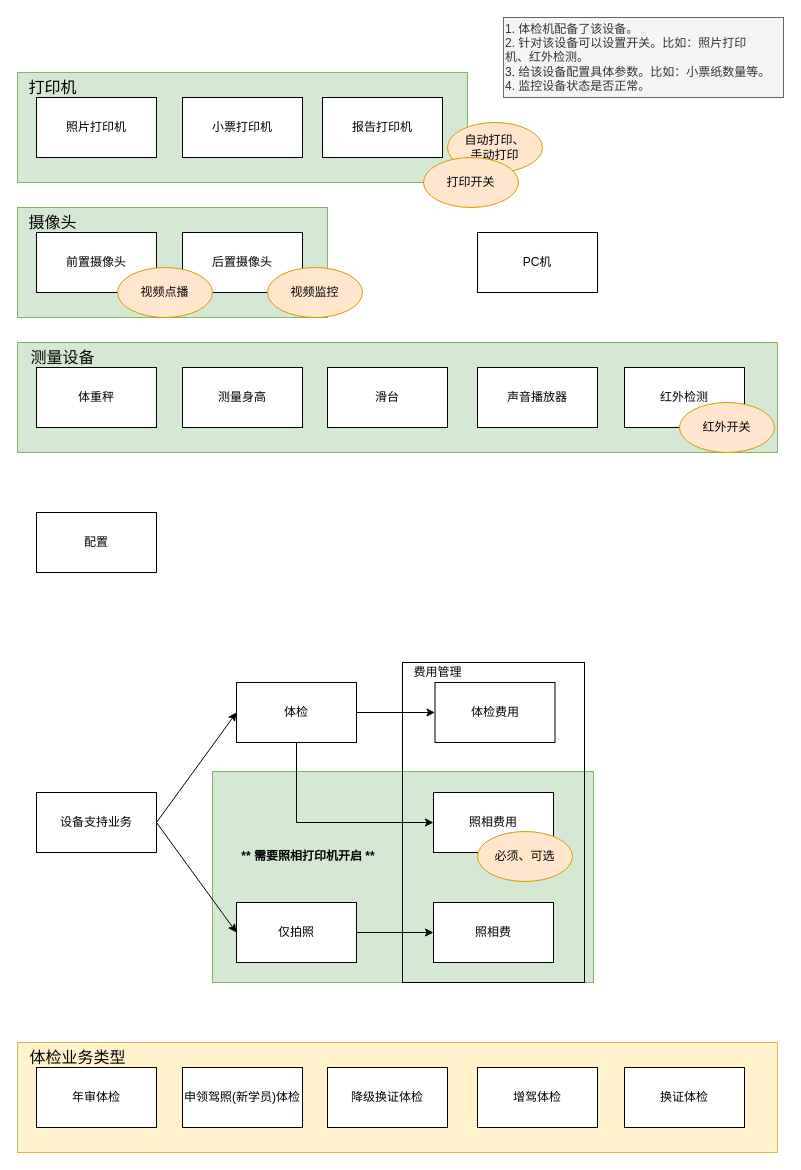
Before: page "设备数据模型" (4 of 5) of V3.0.0.drawio in FifteenLab/test, a draw.io diagram. Source tidied: cells renumbered, new cells numbered last; positions are measured from the earlier drawing's top-left corner, leaving out a move shared by most shapes. Both pictures are drawn from the tidied source at 100%, with x=0, y=0 at pixel (17, 17).
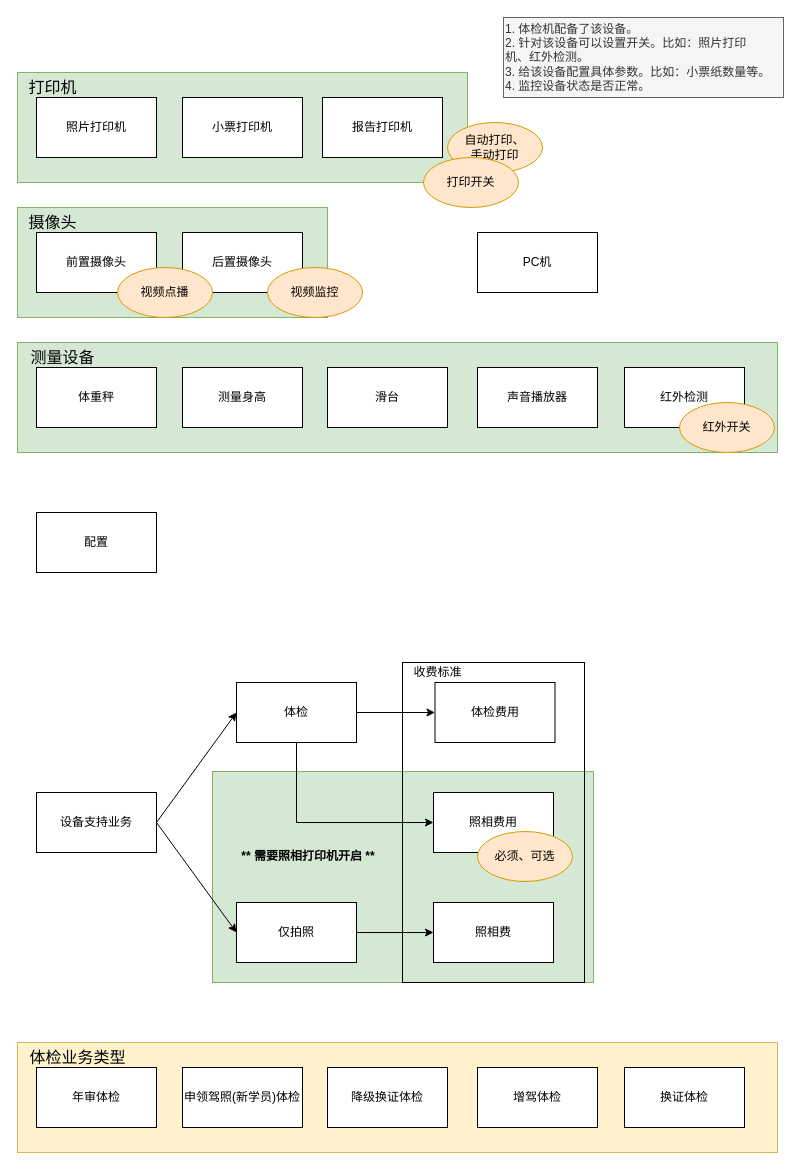
After the change.

Change to the diagram source:
```diff
@@
-    <mxCell id="48" value="费用管理" style="text;html=1;align=center;verticalAlign=middle;" parent="1" vertex="1">
+    <mxCell id="48" value="收费标准" style="text;html=1;align=center;verticalAlign=middle;" parent="1" vertex="1">
       <mxGeometry x="390" y="645" width="60" height="20" as="geometry" />
     </mxCell>
```
